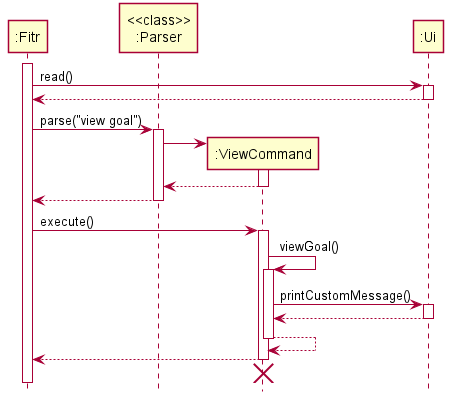
Above: docs/images/ViewGoalSequenceDiagram.png in nus-cs2113-AY2021S1/tp (PlantUML), before the change.
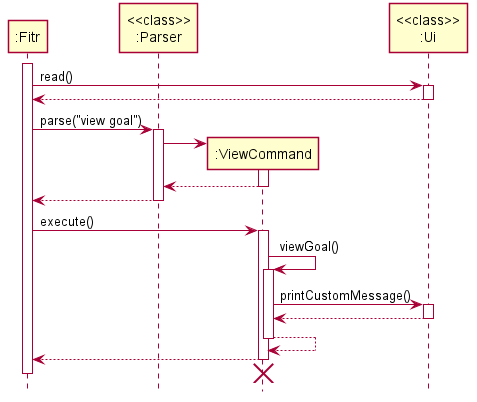
Above is the later version.

What changed in the source:
```diff
@@ -6,10 +6,10 @@
 participant ":ViewCommand"
 
 activate ":Fitr"
-":Fitr" -> ":Ui" : read()
-activate ":Ui"
-":Fitr" <-- ":Ui"
-deactivate ":Ui"
+":Fitr" -> "<<class>>\n:Ui" : read()
+activate "<<class>>\n:Ui"
+":Fitr" <-- "<<class>>\n:Ui"
+deactivate "<<class>>\n:Ui"
 
 ":Fitr" -> "<<class>>\n:Parser" : parse("view goal")
 activate "<<class>>\n:Parser"
@@ -23,8 +23,8 @@
 activate ":ViewCommand"
 ":ViewCommand" -> ":ViewCommand" : viewGoal()
 activate ":ViewCommand"
-":ViewCommand" -> ":Ui" : printCustomMessage()
-activate ":Ui"
+":ViewCommand" -> "<<class>>\n:Ui" : printCustomMessage()
+activate "<<class>>\n:Ui"
 return
 return
 
@@ -33,5 +33,6 @@
 ":ViewCommand" -[hidden]-> ":Fitr"
 destroy ":ViewCommand"
 
+deactivate ":Fitr"
 hide footbox
 @enduml
```
